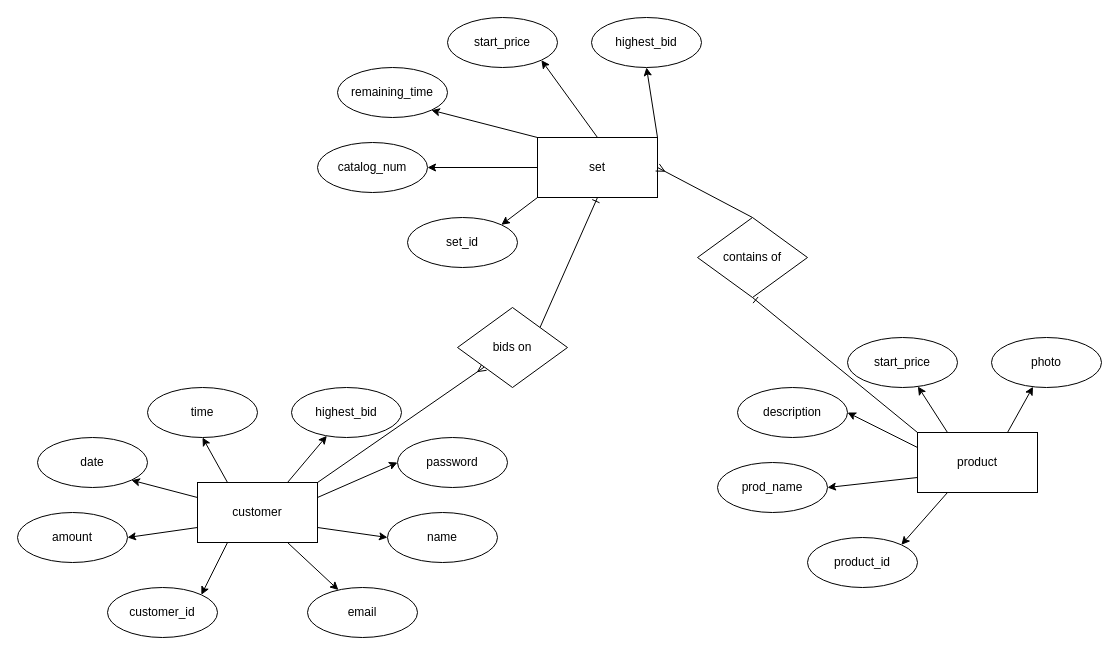
Above: page "Page-2" (2 of 3) of claus/auctionhouse.drawio in OinkoIT/BE16-DBDev-DAY1-Claus-Christoph (draw.io), before the change. Source tidied: cells renumbered, new cells numbered last; positions are measured from the earlier drawing's top-left corner, leaving out a move shared by most shapes. Both pictures are drawn from the tidied source at 100%, with x=0, y=0 at pixel (17, 17).
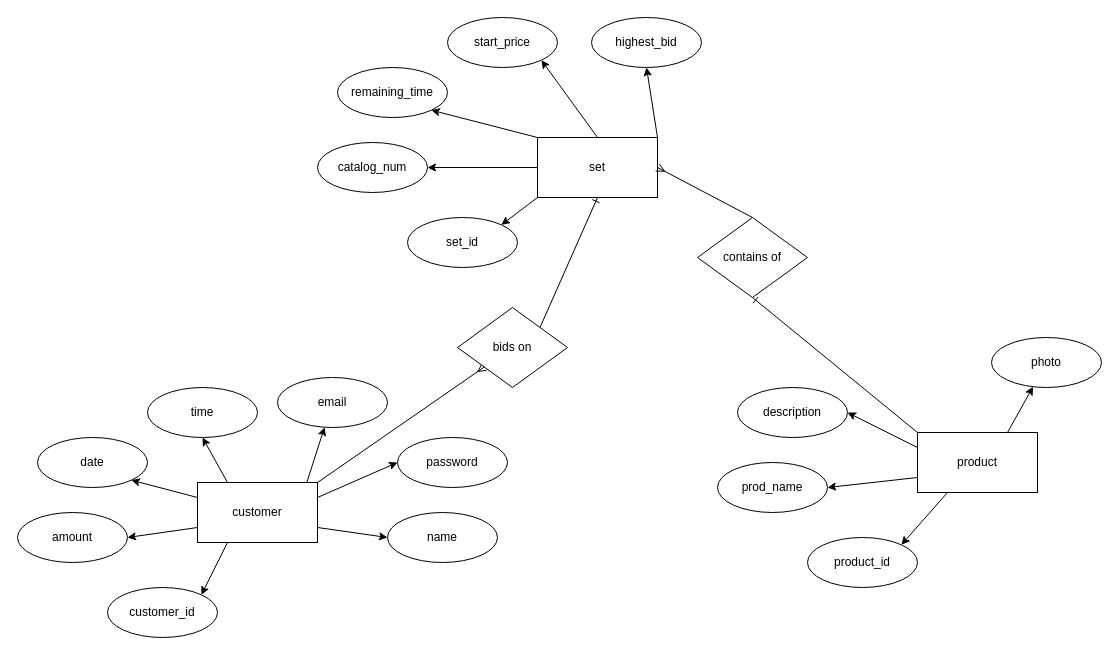
After the change.

Unchanged cells that the change refers to:
```xml
<mxCell id="11" value="customer" style="rounded=0;whiteSpace=wrap;html=1;" parent="1" vertex="1">
  <mxGeometry x="180" y="465" width="120" height="60" as="geometry" />
</mxCell>
<mxCell id="18" value="product" style="rounded=0;whiteSpace=wrap;html=1;" parent="1" vertex="1">
  <mxGeometry x="900" y="415" width="120" height="60" as="geometry" />
</mxCell>
```

The edit, as a diff of the source:
```diff
@@
-    <mxCell id="6" style="edgeStyle=none;html=1;exitX=0.75;exitY=0;exitDx=0;exitDy=0;" parent="1" edge="1" source="11" target="33">
-      <mxGeometry relative="1" as="geometry" />
-    </mxCell>
@@
-    <mxCell id="13" style="edgeStyle=none;html=1;exitX=0.25;exitY=0;exitDx=0;exitDy=0;" parent="1" edge="1" source="18" target="37">
-      <mxGeometry relative="1" as="geometry" />
-    </mxCell>
@@
-    <mxCell id="33" value="highest_bid" style="ellipse;whiteSpace=wrap;html=1;" parent="1" vertex="1">
-      <mxGeometry x="274" y="370" width="110" height="50" as="geometry" />
-    </mxCell>
@@
-    <mxCell id="37" value="start_price" style="ellipse;whiteSpace=wrap;html=1;" parent="1" vertex="1">
-      <mxGeometry x="830" y="320" width="110" height="50" as="geometry" />
-    </mxCell>
@@
     <mxCell id="42" value="email" style="ellipse;whiteSpace=wrap;html=1;" parent="1" vertex="1">
-      <mxGeometry x="290" y="570" width="110" height="50" as="geometry" />
+      <mxGeometry x="260" y="360" width="110" height="50" as="geometry" />
     </mxCell>
```
